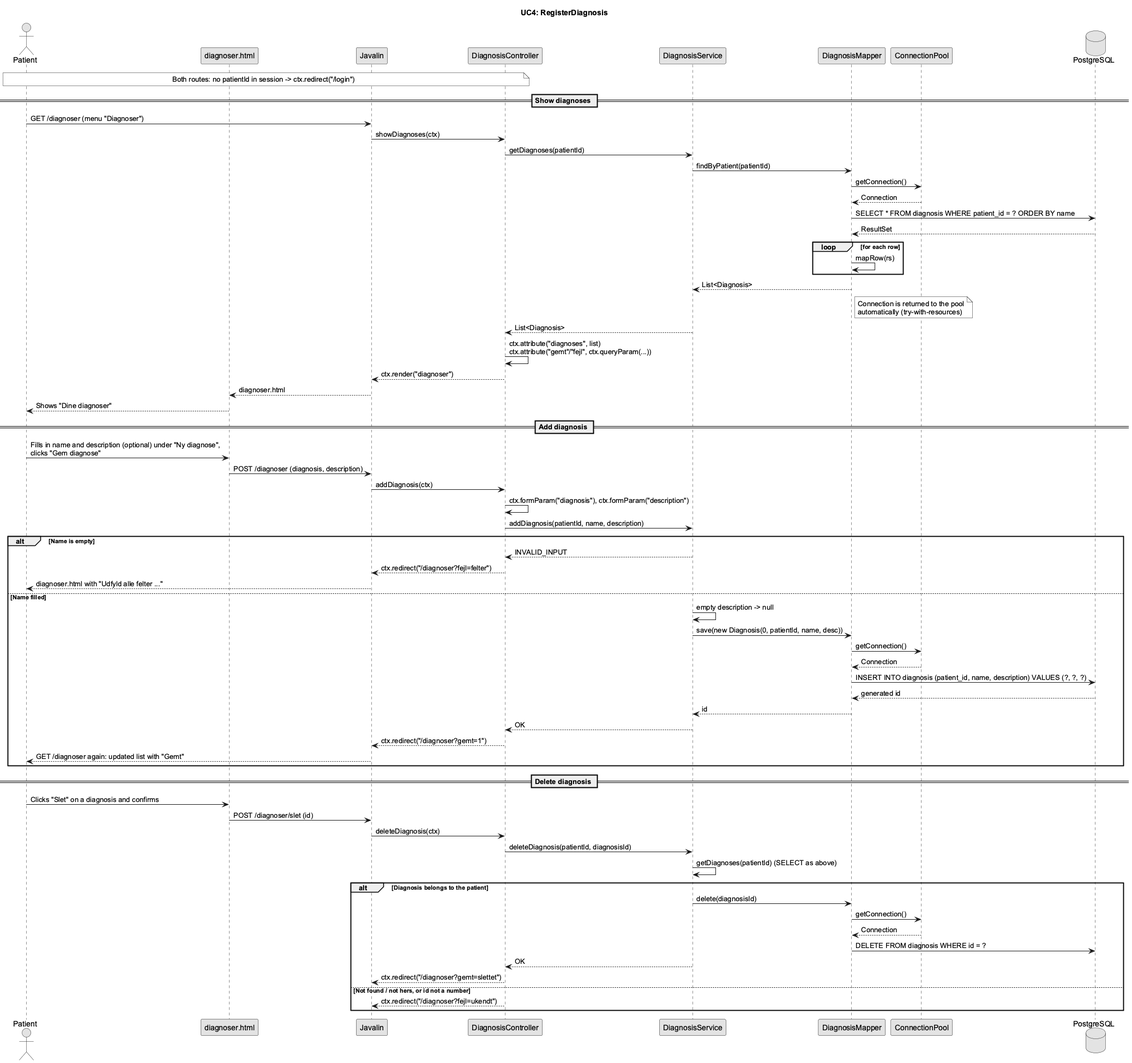
BesimaP/Simpl-PET-project keeps this PlantUML diagram as doc/dynamic/UC4 - RegisterDiagnosis.png. Above is the earlier version. Its diagram source:
```plantuml
@startuml
!pragma layout smetana
skinparam shadowing false
skinparam monochrome true
skinparam defaultFontName Arial

title UC4: RegisterDiagnosis

actor "Patient" as u
participant "diagnoser.html" as v
participant "Javalin" as j
participant "DiagnosisController" as c
participant "DiagnosisService" as s
participant "DiagnosisMapper" as dm
participant "ConnectionPool" as cp
database "PostgreSQL" as db

note over u, c : Both routes: no patientId in session -> ctx.redirect("/login")

== Show diagnoses ==
u -> j : GET /diagnoser (menu "Diagnoser")
j -> c : showDiagnoses(ctx)
c -> s : getDiagnoses(patientId)
s -> dm : findByPatient(patientId)
dm -> cp : getConnection()
cp --> dm : Connection
dm -> db : SELECT * FROM diagnosis WHERE patient_id = ? ORDER BY name
db --> dm : ResultSet
loop for each row
  dm -> dm : mapRow(rs)
end
dm --> s : List<Diagnosis>
note right of dm : Connection is returned to the pool\nautomatically (try-with-resources)
s --> c : List<Diagnosis>
c -> c : ctx.attribute("diagnoses", list)\nctx.attribute("gemt"/"fejl", ctx.queryParam(...))
c --> j : ctx.render("diagnoser")
j --> v : diagnoser.html
v --> u : Shows "Dine diagnoser"

== Add diagnosis ==
u -> v : Fills in name and description (optional) under "Ny diagnose",\nclicks "Gem diagnose"
v -> j : POST /diagnoser (diagnosis, description)
j -> c : addDiagnosis(ctx)
c -> c : ctx.formParam("diagnosis"), ctx.formParam("description")
c -> s : addDiagnosis(patientId, name, description)
alt Name is empty
  s --> c : INVALID_INPUT
  c --> j : ctx.redirect("/diagnoser?fejl=felter")
  j --> u : diagnoser.html with "Udfyld alle felter ..."
else Name filled
  s -> s : empty description -> null
  s -> dm : save(new Diagnosis(0, patientId, name, desc))
  dm -> cp : getConnection()
  cp --> dm : Connection
  dm -> db : INSERT INTO diagnosis (patient_id, name, description) VALUES (?, ?, ?)
  db --> dm : generated id
  dm --> s : id
  s --> c : OK
  c --> j : ctx.redirect("/diagnoser?gemt=1")
  j --> u : GET /diagnoser again: updated list with "Gemt"
end

== Delete diagnosis ==
u -> v : Clicks "Slet" on a diagnosis and confirms
v -> j : POST /diagnoser/slet (id)
j -> c : deleteDiagnosis(ctx)
c -> s : deleteDiagnosis(patientId, diagnosisId)
s -> s : getDiagnoses(patientId) (SELECT as above)
alt Diagnosis belongs to the patient
  s -> dm : delete(diagnosisId)
  dm -> cp : getConnection()
  cp --> dm : Connection
  dm -> db : DELETE FROM diagnosis WHERE id = ?
  s --> c : OK
  c --> j : ctx.redirect("/diagnoser?gemt=slettet")
else Not found / not hers, or id not a number
  c --> j : ctx.redirect("/diagnoser?fejl=ukendt")
end

@enduml
```
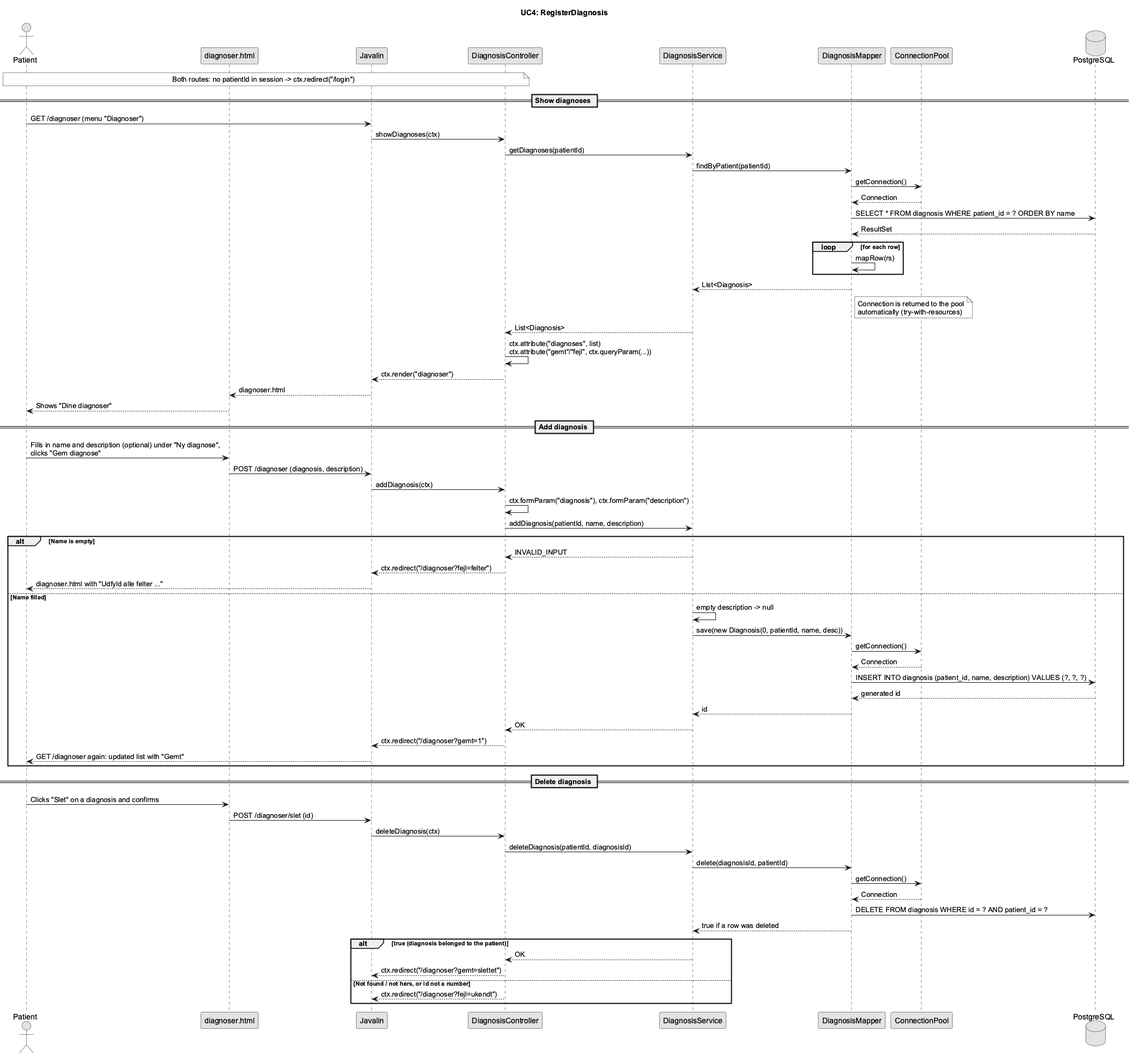
After the change.

The edit, as a diff of the source:
```diff
@@ -65,12 +65,12 @@
 v -> j : POST /diagnoser/slet (id)
 j -> c : deleteDiagnosis(ctx)
 c -> s : deleteDiagnosis(patientId, diagnosisId)
-s -> s : getDiagnoses(patientId) (SELECT as above)
-alt Diagnosis belongs to the patient
-  s -> dm : delete(diagnosisId)
-  dm -> cp : getConnection()
-  cp --> dm : Connection
-  dm -> db : DELETE FROM diagnosis WHERE id = ?
+s -> dm : delete(diagnosisId, patientId)
+dm -> cp : getConnection()
+cp --> dm : Connection
+dm -> db : DELETE FROM diagnosis WHERE id = ? AND patient_id = ?
+dm --> s : true if a row was deleted
+alt true (diagnosis belonged to the patient)
   s --> c : OK
   c --> j : ctx.redirect("/diagnoser?gemt=slettet")
 else Not found / not hers, or id not a number
```
